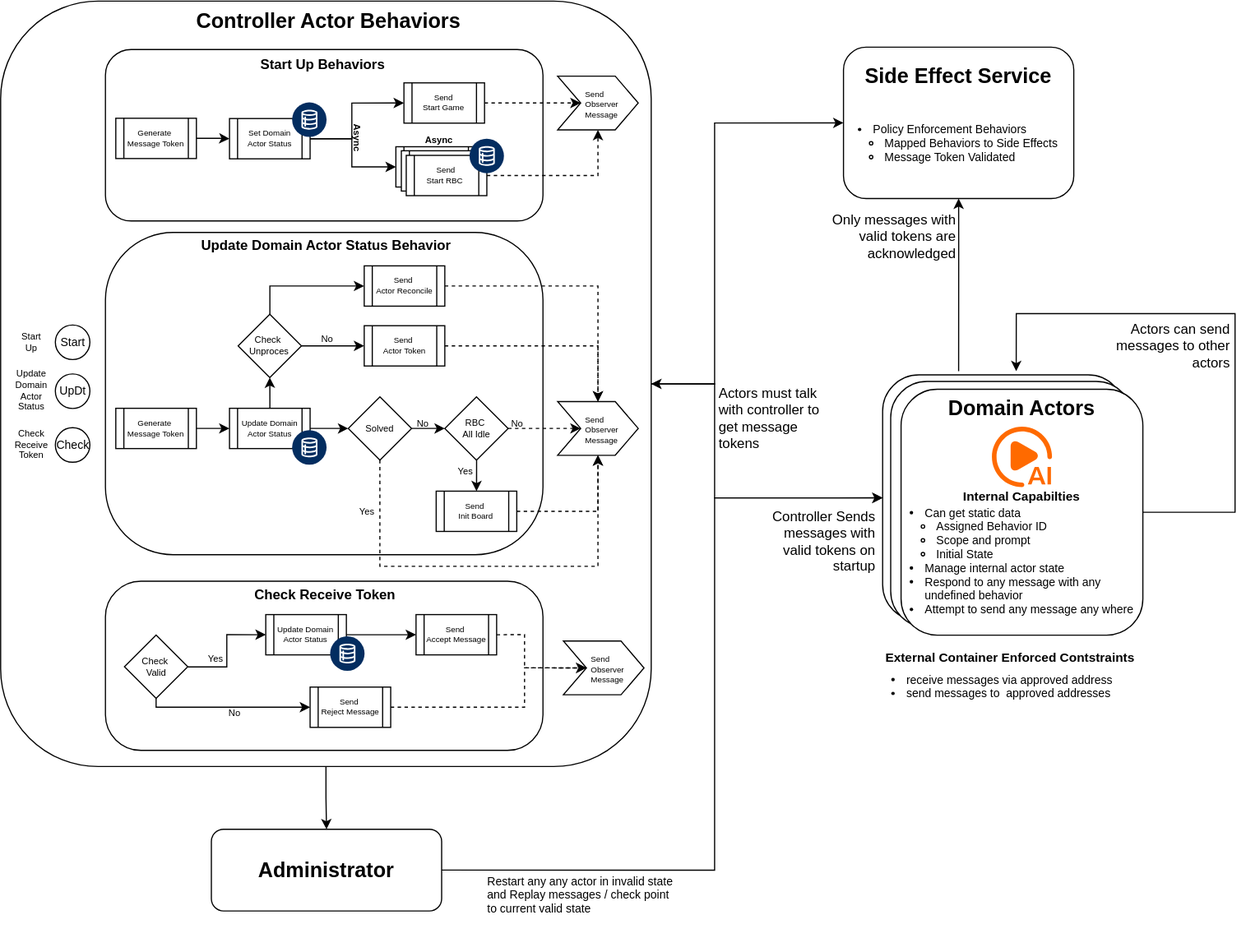
Before: docs/AIAgentActors.svg, a diagram exported from draw.io (sunlao/py_sudoku_solver). Source tidied: cells renumbered, new cells last; positions are measured from the earlier drawing's top-left corner, leaving out a move shared by most shapes.
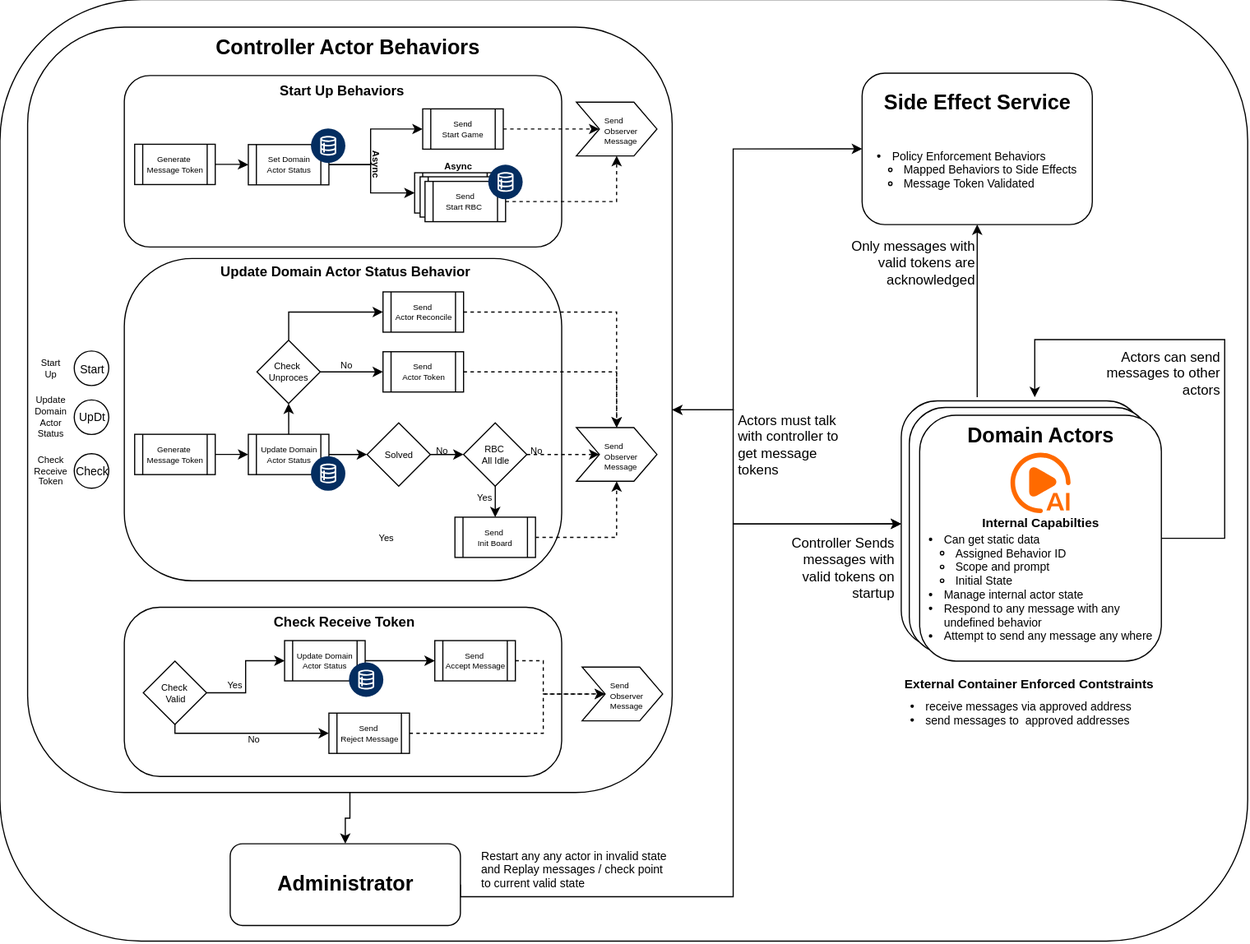
After the commit.

Diff of the diagram source:
```diff
@@ -2,6 +2,9 @@
   <root>
     <mxCell id="0" />
     <mxCell id="1" parent="0" />
+    <mxCell id="96" style="rounded=1;whiteSpace=wrap;html=1;" parent="1" vertex="1">
+      <mxGeometry x="-17" y="-23.4" width="1084" height="818" as="geometry" />
+    </mxCell>
     <mxCell id="2" style="edgeStyle=orthogonalEdgeStyle;rounded=0;jettySize=auto;html=1;entryX=1;entryY=0.5;entryDx=0;entryDy=0;startArrow=classic;startFill=1;" parent="1" edge="1" source="3" target="7">
       <mxGeometry relative="1" as="geometry">
         <Array as="points">
@@ -28,14 +31,14 @@
       <mxGeometry relative="1" as="geometry" />
     </mxCell>
     <mxCell id="7" style="rounded=1;whiteSpace=wrap;html=1;" parent="1" vertex="1">
-      <mxGeometry y="0.5" width="565" height="665" as="geometry" />
+      <mxGeometry x="7" y="0.5" width="560" height="665" as="geometry" />
     </mxCell>
     <mxCell id="8" style="edgeStyle=orthogonalEdgeStyle;rounded=0;jettySize=auto;html=1;" parent="1" edge="1" source="10">
       <mxGeometry relative="1" as="geometry">
         <mxPoint x="882" y="322" as="targetPoint" />
         <Array as="points">
-          <mxPoint x="1072" y="445" />
-          <mxPoint x="1072" y="272" />
+          <mxPoint x="1047" y="445" />
+          <mxPoint x="1047" y="272" />
           <mxPoint x="882" y="272" />
         </Array>
       </mxGeometry>
@@ -169,14 +172,6 @@
     <mxCell id="44" style="edgeStyle=orthogonalEdgeStyle;rounded=0;jettySize=auto;html=1;entryX=0;entryY=0.5;entryDx=0;entryDy=0;" parent="1" edge="1" source="46" target="33">
       <mxGeometry relative="1" as="geometry" />
     </mxCell>
-    <mxCell id="45" style="edgeStyle=orthogonalEdgeStyle;rounded=0;jettySize=auto;html=1;entryX=0.5;entryY=1;entryDx=0;entryDy=0;dashed=1;" parent="1" edge="1" source="46" target="53">
-      <mxGeometry relative="1" as="geometry">
-        <Array as="points">
-          <mxPoint x="329" y="491.5" />
-          <mxPoint x="519" y="491.5" />
-        </Array>
-      </mxGeometry>
-    </mxCell>
     <mxCell id="46" value="Solved" style="rhombus;whiteSpace=wrap;html=1;fontSize=8;" parent="1" vertex="1">
       <mxGeometry x="301.9" y="344.2" width="55" height="55" as="geometry" />
     </mxCell>
@@ -327,7 +322,7 @@
       <mxGeometry x="720" y="174.5" width="112" height="60" as="geometry" />
     </mxCell>
     <mxCell id="90" value="Actors can send messages to other actors" style="text;html=1;whiteSpace=wrap;strokeColor=none;fillColor=none;align=right;verticalAlign=middle;rounded=0;" parent="1" vertex="1">
-      <mxGeometry x="944" y="269.5" width="126" height="60" as="geometry" />
+      <mxGeometry x="919" y="270.5" width="126" height="60" as="geometry" />
     </mxCell>
     <mxCell id="91" value="Actors must talk with controller to get message tokens" style="text;html=1;whiteSpace=wrap;strokeColor=none;fillColor=none;align=left;verticalAlign=middle;rounded=0;" parent="1" vertex="1">
       <mxGeometry x="622" y="333.1" width="98" height="60" as="geometry" />
@@ -344,10 +339,10 @@
       </mxGeometry>
     </mxCell>
     <mxCell id="94" value="&lt;span style=&quot;font-size: 18px; font-weight: 700;&quot;&gt;Administrator&lt;/span&gt;" style="rounded=1;whiteSpace=wrap;html=1;" parent="1" vertex="1">
-      <mxGeometry x="183" y="720" width="200" height="71" as="geometry" />
+      <mxGeometry x="183" y="710" width="200" height="71" as="geometry" />
     </mxCell>
     <mxCell id="95" value="Restart any any actor in invalid state and Replay messages / check point to current valid state" style="text;html=1;whiteSpace=wrap;strokeColor=none;fillColor=none;align=left;verticalAlign=top;rounded=0;fontSize=10;spacing=0;spacingLeft=16;spacingTop=0;" parent="1" vertex="1">
-      <mxGeometry x="407.1" y="755" width="180" height="59.8" as="geometry" />
+      <mxGeometry x="385" y="710" width="180" height="59.8" as="geometry" />
     </mxCell>
   </root>
 </mxGraphModel>
```
